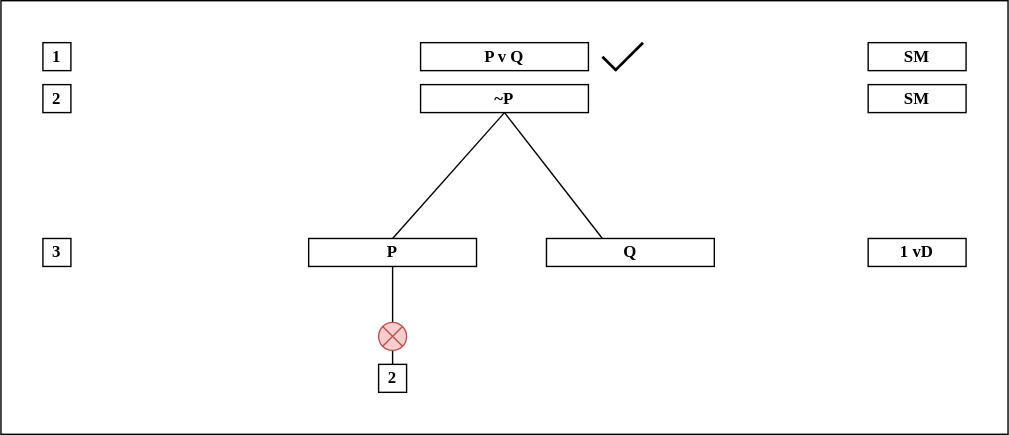
The draw.io diagram basic-open-tree.svg in thomasabishop/logic-diagrams, before a commit. Source tidied: cells renumbered, new cells last; positions are measured from the earlier drawing's top-left corner, leaving out a move shared by most shapes.
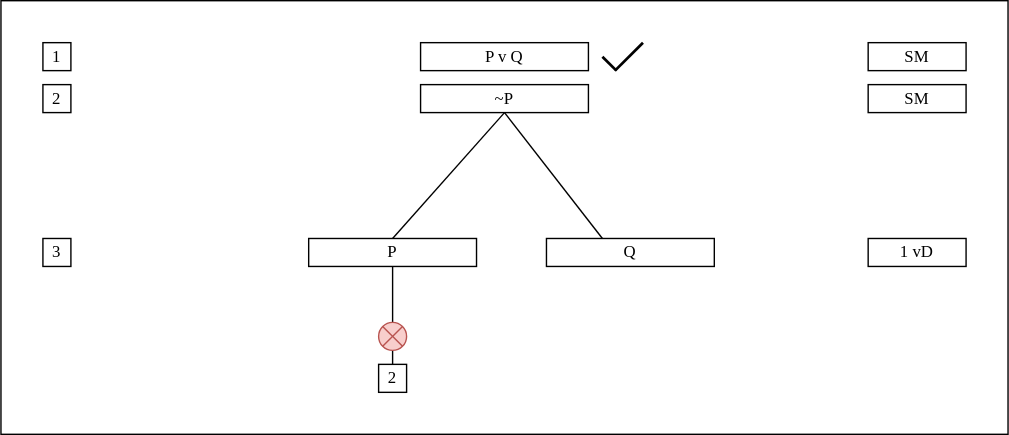
Later version of the same file.

What changed in the source:
```diff
@@ -2,75 +2,75 @@
   <root>
     <mxCell id="0" />
     <mxCell id="1" parent="0" />
-    <mxCell id="2" style="rounded=0;whiteSpace=wrap;html=1;align=left;strokeColor=default;" parent="1" vertex="1">
+    <mxCell id="2" style="rounded=0;whiteSpace=wrap;html=1;align=left;strokeColor=default;fontStyle=0;" parent="1" vertex="1">
       <mxGeometry width="720" height="310" as="geometry" />
     </mxCell>
-    <mxCell id="3" style="endArrow=none;html=1;rounded=0;fontFamily=Lucida Console;fontStyle=1;" parent="1" edge="1">
+    <mxCell id="3" style="endArrow=none;html=1;rounded=0;fontFamily=Lucida Console;fontStyle=0;" parent="1" edge="1">
       <mxGeometry relative="1" as="geometry">
         <mxPoint x="280" y="170" as="sourcePoint" />
         <mxPoint x="360" y="80" as="targetPoint" />
       </mxGeometry>
     </mxCell>
-    <mxCell id="4" style="endArrow=none;html=1;rounded=0;fontFamily=Lucida Console;fontStyle=1;" parent="1" edge="1">
+    <mxCell id="4" style="endArrow=none;html=1;rounded=0;fontFamily=Lucida Console;fontStyle=0;" parent="1" edge="1">
       <mxGeometry relative="1" as="geometry">
         <mxPoint x="360" y="80" as="sourcePoint" />
         <mxPoint x="430" y="170" as="targetPoint" />
       </mxGeometry>
     </mxCell>
-    <mxCell id="5" style="edgeStyle=orthogonalEdgeStyle;rounded=0;jettySize=auto;html=1;fontFamily=Lucida Console;endArrow=none;endFill=0;fontStyle=1;" parent="1" edge="1" source="6">
+    <mxCell id="5" style="edgeStyle=orthogonalEdgeStyle;rounded=0;jettySize=auto;html=1;fontFamily=Lucida Console;endArrow=none;endFill=0;fontStyle=0;" parent="1" edge="1" source="6">
       <mxGeometry relative="1" as="geometry">
         <mxPoint x="280" y="230" as="targetPoint" />
       </mxGeometry>
     </mxCell>
-    <mxCell id="6" value="P" style="rounded=0;whiteSpace=wrap;html=1;fontFamily=Lucida Console;fontStyle=1;" parent="1" vertex="1">
+    <mxCell id="6" value="P" style="rounded=0;whiteSpace=wrap;html=1;fontFamily=Lucida Console;fontStyle=0;" parent="1" vertex="1">
       <mxGeometry x="220" y="170" width="120" height="20" as="geometry" />
     </mxCell>
-    <mxCell id="7" value="1 vD" style="rounded=0;whiteSpace=wrap;html=1;fontFamily=Lucida Console;fontStyle=1;" parent="1" vertex="1">
+    <mxCell id="7" value="1 vD" style="rounded=0;whiteSpace=wrap;html=1;fontFamily=Lucida Console;fontStyle=0;" parent="1" vertex="1">
       <mxGeometry x="620" y="170" width="70" height="20" as="geometry" />
     </mxCell>
-    <mxCell id="8" value="3" style="rounded=0;whiteSpace=wrap;html=1;fontFamily=Lucida Console;fontStyle=1;" parent="1" vertex="1">
+    <mxCell id="8" value="3" style="rounded=0;whiteSpace=wrap;html=1;fontFamily=Lucida Console;fontStyle=0;" parent="1" vertex="1">
       <mxGeometry x="30" y="170" width="20" height="20" as="geometry" />
     </mxCell>
-    <mxCell id="9" value="Q" style="rounded=0;whiteSpace=wrap;html=1;fontFamily=Lucida Console;fontStyle=1;" parent="1" vertex="1">
+    <mxCell id="9" value="Q" style="rounded=0;whiteSpace=wrap;html=1;fontFamily=Lucida Console;fontStyle=0;" parent="1" vertex="1">
       <mxGeometry x="390" y="170" width="120" height="20" as="geometry" />
     </mxCell>
-    <mxCell id="10" value="P v Q" style="rounded=0;whiteSpace=wrap;html=1;fontFamily=Lucida Console;fontStyle=1;" parent="1" vertex="1">
+    <mxCell id="10" value="P v Q" style="rounded=0;whiteSpace=wrap;html=1;fontFamily=Lucida Console;fontStyle=0;" parent="1" vertex="1">
       <mxGeometry x="300" y="30" width="120" height="20" as="geometry" />
     </mxCell>
-    <mxCell id="11" value="SM" style="rounded=0;whiteSpace=wrap;html=1;fontFamily=Lucida Console;fontStyle=1;" parent="1" vertex="1">
+    <mxCell id="11" value="SM" style="rounded=0;whiteSpace=wrap;html=1;fontFamily=Lucida Console;fontStyle=0;" parent="1" vertex="1">
       <mxGeometry x="620" y="30" width="70" height="20" as="geometry" />
     </mxCell>
-    <mxCell id="12" value="1" style="rounded=0;whiteSpace=wrap;html=1;fontFamily=Lucida Console;fontStyle=1;" parent="1" vertex="1">
+    <mxCell id="12" value="1" style="rounded=0;whiteSpace=wrap;html=1;fontFamily=Lucida Console;fontStyle=0;" parent="1" vertex="1">
       <mxGeometry x="30" y="30" width="20" height="20" as="geometry" />
     </mxCell>
-    <mxCell id="13" value="~P" style="rounded=0;whiteSpace=wrap;html=1;fontFamily=Lucida Console;fontStyle=1;" parent="1" vertex="1">
+    <mxCell id="13" value="~P" style="rounded=0;whiteSpace=wrap;html=1;fontFamily=Lucida Console;fontStyle=0;" parent="1" vertex="1">
       <mxGeometry x="300" y="60" width="120" height="20" as="geometry" />
     </mxCell>
-    <mxCell id="14" value="SM" style="rounded=0;whiteSpace=wrap;html=1;fontFamily=Lucida Console;fontStyle=1;" parent="1" vertex="1">
+    <mxCell id="14" value="SM" style="rounded=0;whiteSpace=wrap;html=1;fontFamily=Lucida Console;fontStyle=0;" parent="1" vertex="1">
       <mxGeometry x="620" y="60" width="70" height="20" as="geometry" />
     </mxCell>
-    <mxCell id="15" value="2" style="rounded=0;whiteSpace=wrap;html=1;fontFamily=Lucida Console;fontStyle=1;" parent="1" vertex="1">
+    <mxCell id="15" value="2" style="rounded=0;whiteSpace=wrap;html=1;fontFamily=Lucida Console;fontStyle=0;" parent="1" vertex="1">
       <mxGeometry x="30" y="60" width="20" height="20" as="geometry" />
     </mxCell>
-    <mxCell id="16" style="edgeStyle=orthogonalEdgeStyle;rounded=0;jettySize=auto;html=1;exitX=0.5;exitY=1;exitDx=0;exitDy=0;fontFamily=Lucida Console;endArrow=none;endFill=0;fontStyle=1;" parent="1" edge="1" source="17" target="18">
+    <mxCell id="16" style="edgeStyle=orthogonalEdgeStyle;rounded=0;jettySize=auto;html=1;exitX=0.5;exitY=1;exitDx=0;exitDy=0;fontFamily=Lucida Console;endArrow=none;endFill=0;fontStyle=0;" parent="1" edge="1" source="17" target="18">
       <mxGeometry relative="1" as="geometry" />
     </mxCell>
-    <mxCell id="17" style="shape=sumEllipse;perimeter=ellipsePerimeter;whiteSpace=wrap;html=1;backgroundOutline=1;fontFamily=Lucida Console;fillColor=#f8cecc;strokeColor=#b85450;fontStyle=1;" parent="1" vertex="1">
+    <mxCell id="17" style="shape=sumEllipse;perimeter=ellipsePerimeter;whiteSpace=wrap;html=1;backgroundOutline=1;fontFamily=Lucida Console;fillColor=#f8cecc;strokeColor=#b85450;fontStyle=0;" parent="1" vertex="1">
       <mxGeometry x="270" y="230" width="20" height="20" as="geometry" />
     </mxCell>
-    <mxCell id="18" value="2" style="rounded=0;whiteSpace=wrap;html=1;fontFamily=Lucida Console;fontStyle=1;" parent="1" vertex="1">
+    <mxCell id="18" value="2" style="rounded=0;whiteSpace=wrap;html=1;fontFamily=Lucida Console;fontStyle=0;" parent="1" vertex="1">
       <mxGeometry x="270" y="260" width="20" height="20" as="geometry" />
     </mxCell>
-    <mxCell id="19" style="group;" parent="1" vertex="1">
+    <mxCell id="19" style="group;fontStyle=0;" parent="1" vertex="1">
       <mxGeometry x="430" y="30" width="29" height="20" as="geometry" />
     </mxCell>
-    <mxCell id="20" style="endArrow=none;html=1;rounded=0;strokeWidth=2;" parent="19" edge="1">
+    <mxCell id="20" style="endArrow=none;html=1;rounded=0;strokeWidth=2;fontStyle=0;" parent="19" edge="1">
       <mxGeometry relative="1" as="geometry">
         <mxPoint x="9" y="20" as="sourcePoint" />
         <mxPoint x="29" as="targetPoint" />
       </mxGeometry>
     </mxCell>
-    <mxCell id="21" style="endArrow=none;html=1;rounded=0;strokeWidth=2;" parent="19" edge="1">
+    <mxCell id="21" style="endArrow=none;html=1;rounded=0;strokeWidth=2;fontStyle=0;" parent="19" edge="1">
       <mxGeometry relative="1" as="geometry">
         <mxPoint y="10" as="sourcePoint" />
         <mxPoint x="10" y="20" as="targetPoint" />
```
